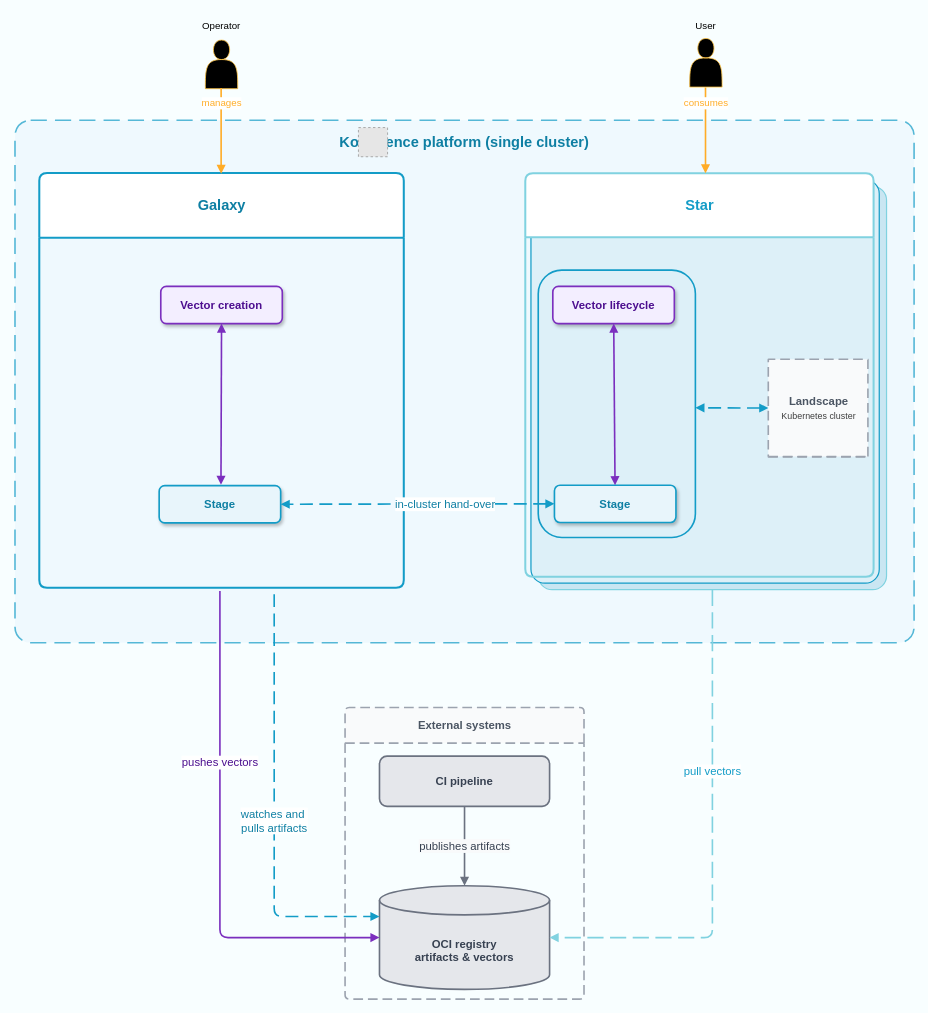
Above: public/assets/diagrams/konfidence-architecture.drawio in konfidence-project/konfidence-docs (draw.io), before the change. Source tidied: cells renumbered, new cells numbered last; positions are measured from the earlier drawing's top-left corner, leaving out a move shared by most shapes. Both pictures are drawn from the tidied source at 81%, with x=0, y=0 at pixel (15, 14). Pictures stored in the file or linked from it are replaced by grey dashed boxes.
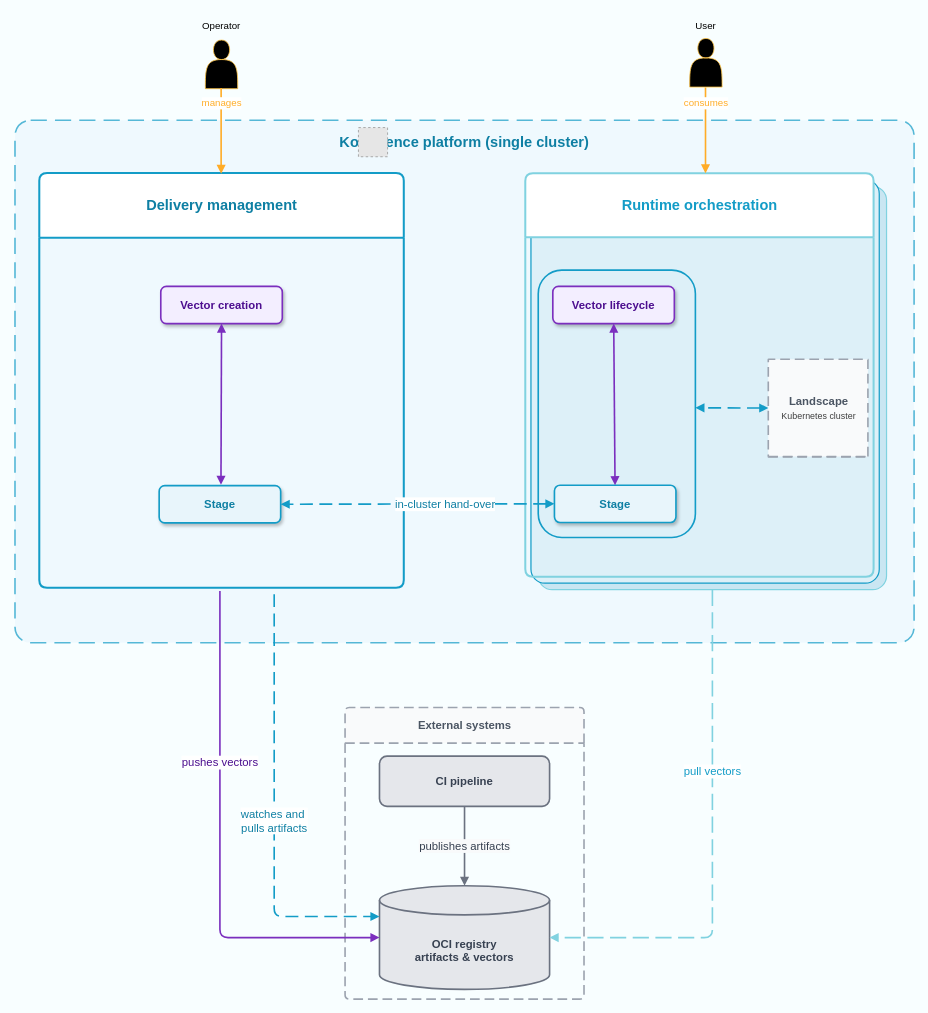
The same page after the edit.

Commit message (it also covers changes not shown here):
docs: remove galaxy/star/GCP/LCP terminology

Diff of the diagram source:
```diff
@@
-    <mxCell id="5" value="&lt;b&gt;&lt;font style=&quot;font-size: 18px;&quot;&gt;Star&lt;/font&gt;&lt;/b&gt;" style="swimlane;startSize=79;fillColor=#FFFFFF;strokeColor=#80D2E0;strokeWidth=2.5;fontSize=14;fontColor=#139CC7;fontStyle=1;rounded=1;arcSize=4;html=1;" parent="1" vertex="1">
+    <mxCell id="5" value="&lt;b&gt;&lt;font style=&quot;font-size: 18px;&quot;&gt;Runtime orchestration&lt;/font&gt;&lt;/b&gt;" style="swimlane;startSize=79;fillColor=#FFFFFF;strokeColor=#80D2E0;strokeWidth=2.5;fontSize=14;fontColor=#139CC7;fontStyle=1;rounded=1;arcSize=4;html=1;" parent="1" vertex="1">
       <mxGeometry x="630" y="196.5" width="430" height="498" as="geometry" />
     </mxCell>
@@
-    <mxCell id="10" value="&lt;b&gt;&lt;font style=&quot;font-size: 18px;&quot;&gt;Galaxy&lt;/font&gt;&lt;/b&gt;" style="swimlane;startSize=80;fillColor=#FFFFFF;strokeColor=#139CC7;strokeWidth=2.5;fontSize=14;fontColor=#0E7FA3;fontStyle=1;rounded=1;arcSize=4;html=1;" parent="1" vertex="1">
+    <mxCell id="10" value="&lt;b&gt;&lt;font style=&quot;font-size: 18px;&quot;&gt;Delivery management&lt;/font&gt;&lt;/b&gt;" style="swimlane;startSize=80;fillColor=#FFFFFF;strokeColor=#139CC7;strokeWidth=2.5;fontSize=14;fontColor=#0E7FA3;fontStyle=1;rounded=1;arcSize=4;html=1;" parent="1" vertex="1">
       <mxGeometry x="30" y="196" width="450" height="512" as="geometry" />
     </mxCell>
```
